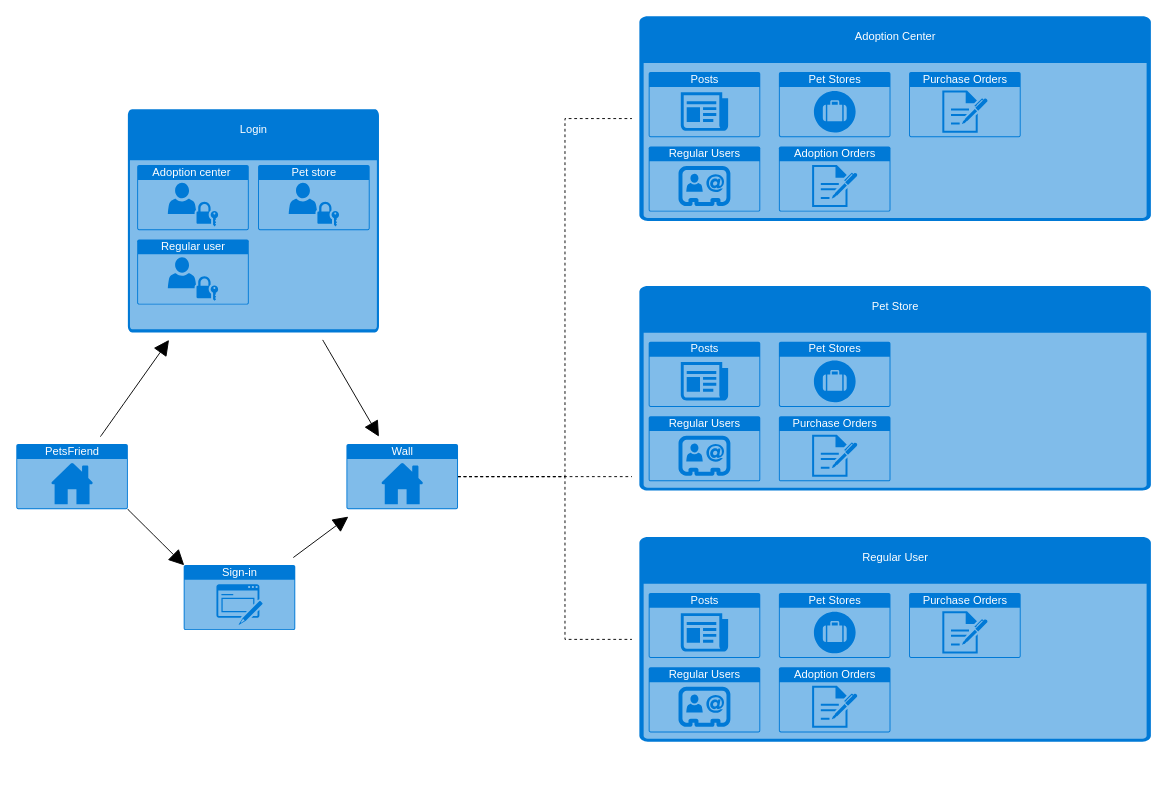
cruzortiz99/django-training keeps this draw.io diagram as page "app-flow" (1 of 7) of doc/design/mockup.drawio. Above is the earlier version. Source tidied: cells renumbered, new cells numbered last; positions are measured from the earlier drawing's top-left corner, leaving out a move shared by most shapes. Both pictures are drawn from the tidied source at 93%, with x=0, y=0 at pixel (16, 16).
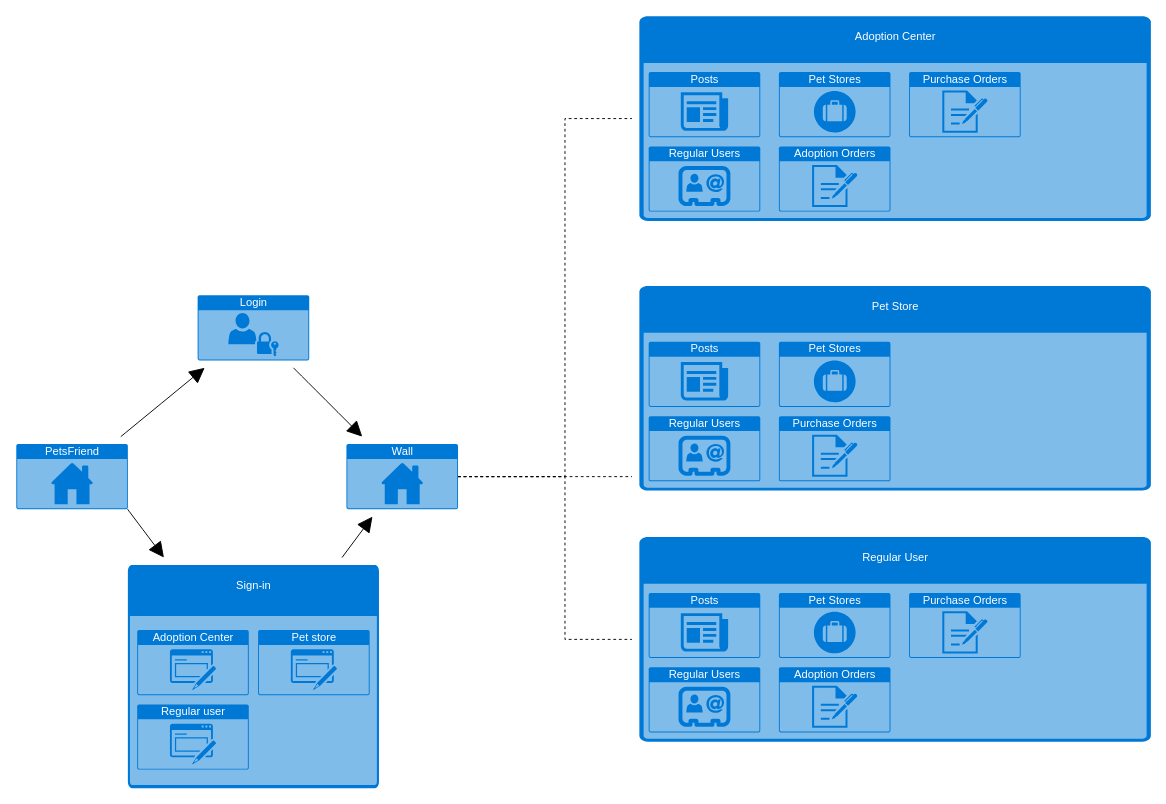
The same page after the edit.

Unchanged cells that the change refers to:
```xml
<mxCell id="4" value="PetsFriend" style="html=1;strokeColor=none;fillColor=#0079D6;labelPosition=center;verticalLabelPosition=middle;verticalAlign=top;align=center;fontSize=12;outlineConnect=0;spacingTop=-6;fontColor=#FFFFFF;sketch=0;shape=mxgraph.sitemap.home;" parent="1" vertex="1">
  <mxGeometry y="460" width="120" height="70" as="geometry" />
</mxCell>
<mxCell id="11" value="Wall" style="html=1;strokeColor=none;fillColor=#0079D6;labelPosition=center;verticalLabelPosition=middle;verticalAlign=top;align=center;fontSize=12;outlineConnect=0;spacingTop=-6;fontColor=#FFFFFF;sketch=0;shape=mxgraph.sitemap.home;" parent="1" vertex="1">
  <mxGeometry x="355" y="460" width="120" height="70" as="geometry" />
</mxCell>
```

The edit, as a diff of the source:
```diff
@@
-    <mxCell id="2" style="edgeStyle=none;curved=1;rounded=0;jettySize=auto;html=1;fontSize=12;endArrow=block;startSize=14;endSize=14;sourcePerimeterSpacing=8;targetPerimeterSpacing=8;endFill=1;" parent="1" edge="1" source="4" target="29">
+    <mxCell id="2" style="edgeStyle=none;curved=1;rounded=0;jettySize=auto;html=1;fontSize=12;endArrow=block;startSize=14;endSize=14;sourcePerimeterSpacing=8;targetPerimeterSpacing=8;endFill=1;" parent="1" edge="1" source="4" target="31">
       <mxGeometry relative="1" as="geometry" />
     </mxCell>
-    <mxCell id="3" style="edgeStyle=none;curved=1;rounded=0;jettySize=auto;html=1;exitX=0.995;exitY=0.995;exitDx=0;exitDy=0;exitPerimeter=0;entryX=0.005;entryY=0.005;entryDx=0;entryDy=0;entryPerimeter=0;fontSize=12;endArrow=block;endFill=1;startSize=14;endSize=14;sourcePerimeterSpacing=8;targetPerimeterSpacing=8;" parent="1" edge="1" source="4" target="7">
+    <mxCell id="3" style="edgeStyle=none;curved=1;rounded=0;jettySize=auto;html=1;exitX=0.995;exitY=0.995;exitDx=0;exitDy=0;exitPerimeter=0;fontSize=12;endArrow=block;endFill=1;startSize=14;endSize=14;sourcePerimeterSpacing=8;targetPerimeterSpacing=8;" parent="1" edge="1" source="4" target="7">
       <mxGeometry relative="1" as="geometry" />
     </mxCell>
@@
-    <mxCell id="5" style="edgeStyle=none;curved=1;rounded=0;jettySize=auto;html=1;fontSize=12;endArrow=block;endFill=1;startSize=14;endSize=14;sourcePerimeterSpacing=8;targetPerimeterSpacing=8;" parent="1" edge="1" source="29" target="11">
+    <mxCell id="5" style="edgeStyle=none;curved=1;rounded=0;jettySize=auto;html=1;fontSize=12;endArrow=block;endFill=1;startSize=14;endSize=14;sourcePerimeterSpacing=8;targetPerimeterSpacing=8;" parent="1" edge="1" source="31" target="11">
       <mxGeometry relative="1" as="geometry" />
     </mxCell>
@@
-    <mxCell id="7" value="Sign-in&lt;br&gt;" style="html=1;strokeColor=none;fillColor=#0079D6;labelPosition=center;verticalLabelPosition=middle;verticalAlign=top;align=center;fontSize=12;outlineConnect=0;spacingTop=-6;fontColor=#FFFFFF;sketch=0;shape=mxgraph.sitemap.form;" parent="1" vertex="1">
-      <mxGeometry x="180" y="590" width="120" height="70" as="geometry" />
-    </mxCell>
@@
-    <mxCell id="29" value="&lt;br&gt;Login" style="html=1;strokeColor=none;fillColor=#0079D6;labelPosition=center;verticalLabelPosition=middle;verticalAlign=top;align=center;fontSize=12;outlineConnect=0;spacingTop=-6;fontColor=#FFFFFF;sketch=0;shape=mxgraph.sitemap.page;" parent="1" vertex="1">
-      <mxGeometry x="120" y="100" width="270" height="240" as="geometry" />
-    </mxCell>
-    <mxCell id="30" value="Adoption center&amp;nbsp;" style="html=1;strokeColor=none;fillColor=#0079D6;labelPosition=center;verticalLabelPosition=middle;verticalAlign=top;align=center;fontSize=12;spacingTop=-6;fontColor=#FFFFFF;sketch=0;shape=mxgraph.sitemap.login;" parent="1" vertex="1">
-      <mxGeometry x="130" y="160" width="120" height="70" as="geometry" />
-    </mxCell>
-    <mxCell id="31" value="Regular user" style="html=1;strokeColor=none;fillColor=#0079D6;labelPosition=center;verticalLabelPosition=middle;verticalAlign=top;align=center;fontSize=12;outlineConnect=0;spacingTop=-6;fontColor=#FFFFFF;sketch=0;shape=mxgraph.sitemap.login;" parent="1" vertex="1">
-      <mxGeometry x="130" y="240" width="120" height="70" as="geometry" />
+    <mxCell id="31" value="Login&lt;br&gt;" style="html=1;strokeColor=none;fillColor=#0079D6;labelPosition=center;verticalLabelPosition=middle;verticalAlign=top;align=center;fontSize=12;outlineConnect=0;spacingTop=-6;fontColor=#FFFFFF;sketch=0;shape=mxgraph.sitemap.login;" parent="1" vertex="1">
+      <mxGeometry x="195" y="300" width="120" height="70" as="geometry" />
     </mxCell>
+    <mxCell id="7" value="&lt;br&gt;Sign-in" style="html=1;strokeColor=none;fillColor=#0079D6;labelPosition=center;verticalLabelPosition=middle;verticalAlign=top;align=center;fontSize=12;outlineConnect=0;spacingTop=-6;fontColor=#FFFFFF;sketch=0;shape=mxgraph.sitemap.page;" parent="1" vertex="1">
+      <mxGeometry x="120" y="590" width="270" height="240" as="geometry" />
+    </mxCell>
+    <mxCell id="33" value="Regular user" style="html=1;strokeColor=none;fillColor=#0079D6;labelPosition=center;verticalLabelPosition=middle;verticalAlign=top;align=center;fontSize=12;spacingTop=-6;fontColor=#FFFFFF;sketch=0;shape=mxgraph.sitemap.form;" parent="1" vertex="1">
+      <mxGeometry x="130" y="740" width="120" height="70" as="geometry" />
+    </mxCell>
-    <mxCell id="32" value="Pet store" style="html=1;strokeColor=none;fillColor=#0079D6;labelPosition=center;verticalLabelPosition=middle;verticalAlign=top;align=center;fontSize=12;spacingTop=-6;fontColor=#FFFFFF;sketch=0;shape=mxgraph.sitemap.login;" parent="1" vertex="1">
-      <mxGeometry x="260" y="160" width="120" height="70" as="geometry" />
+    <mxCell id="32" value="Pet store" style="html=1;strokeColor=none;fillColor=#0079D6;labelPosition=center;verticalLabelPosition=middle;verticalAlign=top;align=center;fontSize=12;spacingTop=-6;fontColor=#FFFFFF;sketch=0;shape=mxgraph.sitemap.form;" parent="1" vertex="1">
+      <mxGeometry x="260" y="660" width="120" height="70" as="geometry" />
     </mxCell>
+    <mxCell id="34" value="Adoption Center" style="html=1;strokeColor=none;fillColor=#0079D6;labelPosition=center;verticalLabelPosition=middle;verticalAlign=top;align=center;fontSize=12;spacingTop=-6;fontColor=#FFFFFF;sketch=0;shape=mxgraph.sitemap.form;" parent="1" vertex="1">
+      <mxGeometry x="130" y="660" width="120" height="70" as="geometry" />
+    </mxCell>
```
